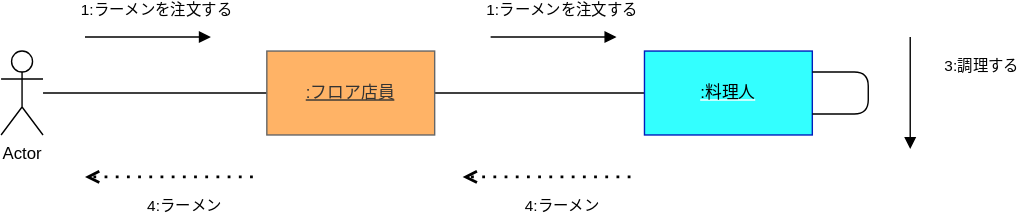
Nakmura0121/uml-introduction keeps this draw.io diagram as 例題5-1_ラーメン注文配膳.drawio.svg. Above is the earlier version. Source tidied: cells renumbered, new cells last; positions are measured from the earlier drawing's top-left corner, leaving out a move shared by most shapes. Its diagram source:
```xml
<mxGraphModel>
  <root>
    <mxCell id="0" />
    <mxCell id="1" parent="0" />
    <mxCell id="2" style="edgeStyle=none;html=1;endArrow=none;endFill=0;" parent="1" edge="1" source="3" target="5">
      <mxGeometry relative="1" as="geometry" />
    </mxCell>
    <mxCell id="3" value="Actor" style="shape=umlActor;verticalLabelPosition=bottom;verticalAlign=top;html=1;outlineConnect=0;" parent="1" vertex="1">
      <mxGeometry y="10" width="30" height="60" as="geometry" />
    </mxCell>
    <mxCell id="4" style="edgeStyle=none;html=1;endArrow=none;endFill=0;" parent="1" edge="1" source="5" target="7">
      <mxGeometry relative="1" as="geometry" />
    </mxCell>
    <mxCell id="5" value=":フロア店員" style="whiteSpace=wrap;html=1;verticalAlign=middle;fontStyle=4;labelPosition=center;verticalLabelPosition=middle;align=center;fillColor=#FFB366;fontColor=#333333;strokeColor=#666666;" parent="1" vertex="1">
      <mxGeometry x="190" y="10" width="120" height="60" as="geometry" />
    </mxCell>
    <mxCell id="6" style="edgeStyle=none;html=1;endArrow=none;endFill=0;entryX=1;entryY=0.75;entryDx=0;entryDy=0;exitX=1;exitY=0.25;exitDx=0;exitDy=0;" parent="1" edge="1" source="7" target="7">
      <mxGeometry relative="1" as="geometry" />
    </mxCell>
    <mxCell id="7" value="&lt;font color=&quot;#000000&quot;&gt;:料理人&lt;/font&gt;" style="whiteSpace=wrap;html=1;verticalAlign=middle;labelPosition=center;verticalLabelPosition=middle;align=center;fontStyle=4;fillColor=#33FFFF;strokeColor=#001DBC;fontColor=#ffffff;" parent="1" vertex="1">
      <mxGeometry x="460" y="10" width="120" height="60" as="geometry" />
    </mxCell>
    <mxCell id="8" style="endArrow=block;html=1;endFill=1;" parent="1" edge="1">
      <mxGeometry relative="1" as="geometry">
        <mxPoint x="60" as="sourcePoint" />
        <mxPoint x="150" as="targetPoint" />
        <Array as="points">
          <mxPoint x="100" />
        </Array>
      </mxGeometry>
    </mxCell>
    <mxCell id="9" value="1:ラーメンを注文する" style="edgeLabel;html=1;align=center;verticalAlign=middle;" parent="8" vertex="1">
      <mxGeometry x="-0.25" y="3" relative="1" as="geometry">
        <mxPoint x="16" y="-17" as="offset" />
      </mxGeometry>
    </mxCell>
    <mxCell id="10" style="endArrow=block;html=1;endFill=1;" parent="1" edge="1">
      <mxGeometry relative="1" as="geometry">
        <mxPoint x="350" as="sourcePoint" />
        <mxPoint x="440" as="targetPoint" />
        <Array as="points">
          <mxPoint x="390" />
        </Array>
      </mxGeometry>
    </mxCell>
    <mxCell id="11" value="1:ラーメンを注文する" style="edgeLabel;html=1;align=center;verticalAlign=middle;" parent="10" vertex="1">
      <mxGeometry x="-0.25" y="3" relative="1" as="geometry">
        <mxPoint x="16" y="-17" as="offset" />
      </mxGeometry>
    </mxCell>
    <mxCell id="12" style="endArrow=none;html=1;entryX=1;entryY=0.75;entryDx=0;entryDy=0;exitX=1;exitY=0.25;exitDx=0;exitDy=0;" parent="1" edge="1" source="7" target="7">
      <mxGeometry relative="1" as="geometry">
        <Array as="points">
          <mxPoint x="620" y="25" />
          <mxPoint x="620" y="55" />
        </Array>
      </mxGeometry>
    </mxCell>
    <mxCell id="13" style="endArrow=block;html=1;endFill=1;" parent="1" edge="1">
      <mxGeometry relative="1" as="geometry">
        <mxPoint x="650" as="sourcePoint" />
        <mxPoint x="650" y="80" as="targetPoint" />
      </mxGeometry>
    </mxCell>
    <mxCell id="14" value="3:調理する" style="edgeLabel;html=1;align=center;verticalAlign=middle;" parent="13" vertex="1">
      <mxGeometry x="-0.49" y="-1" relative="1" as="geometry">
        <mxPoint x="51" as="offset" />
      </mxGeometry>
    </mxCell>
    <mxCell id="15" style="endArrow=open;dashed=1;html=1;dashPattern=1 3;strokeWidth=2;endFill=0;" parent="1" edge="1">
      <mxGeometry relative="1" as="geometry">
        <mxPoint x="450" y="100" as="sourcePoint" />
        <mxPoint x="330" y="100" as="targetPoint" />
      </mxGeometry>
    </mxCell>
    <mxCell id="16" value="4:ラーメン" style="edgeLabel;html=1;align=center;verticalAlign=middle;" parent="15" vertex="1">
      <mxGeometry x="0.29" y="2" relative="1" as="geometry">
        <mxPoint x="28" y="18" as="offset" />
      </mxGeometry>
    </mxCell>
    <mxCell id="17" style="endArrow=open;dashed=1;html=1;dashPattern=1 3;strokeWidth=2;endFill=0;" parent="1" edge="1">
      <mxGeometry relative="1" as="geometry">
        <mxPoint x="180" y="100" as="sourcePoint" />
        <mxPoint x="60" y="100" as="targetPoint" />
      </mxGeometry>
    </mxCell>
    <mxCell id="18" value="4:ラーメン" style="edgeLabel;html=1;align=center;verticalAlign=middle;" parent="17" vertex="1">
      <mxGeometry x="0.29" y="2" relative="1" as="geometry">
        <mxPoint x="28" y="18" as="offset" />
      </mxGeometry>
    </mxCell>
  </root>
</mxGraphModel>
```
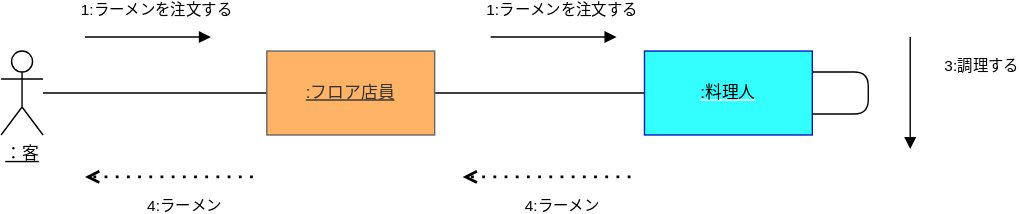
The same diagram one commit later.

What changed in the source:
```diff
@@ -5,7 +5,7 @@
     <mxCell id="2" style="edgeStyle=none;html=1;endArrow=none;endFill=0;" parent="1" edge="1" source="3" target="5">
       <mxGeometry relative="1" as="geometry" />
     </mxCell>
-    <mxCell id="3" value="Actor" style="shape=umlActor;verticalLabelPosition=bottom;verticalAlign=top;html=1;outlineConnect=0;" parent="1" vertex="1">
+    <mxCell id="3" value="&lt;u&gt;：客&lt;/u&gt;" style="shape=umlActor;verticalLabelPosition=bottom;verticalAlign=top;html=1;outlineConnect=0;" parent="1" vertex="1">
       <mxGeometry y="10" width="30" height="60" as="geometry" />
     </mxCell>
     <mxCell id="4" style="edgeStyle=none;html=1;endArrow=none;endFill=0;" parent="1" edge="1" source="5" target="7">
```
